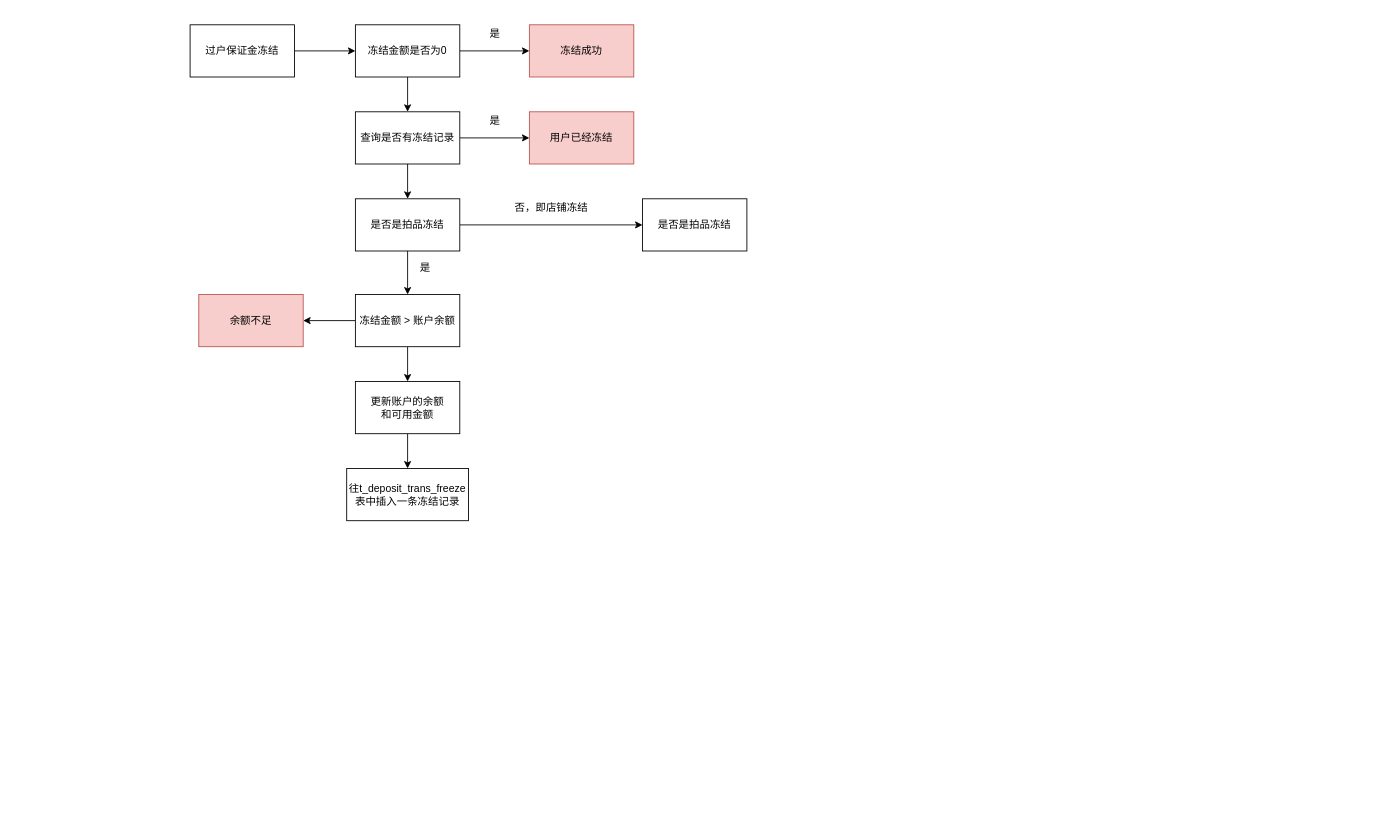
Before: trade-deposit/过户保证金冻结.drawio in erlieStar/diagrams, a draw.io diagram. Source tidied: cells renumbered, new cells numbered last; positions are measured from the earlier drawing's top-left corner, leaving out a move shared by most shapes. Both pictures are drawn from the tidied source at 87%, with x=0, y=0 at pixel (190, 24).
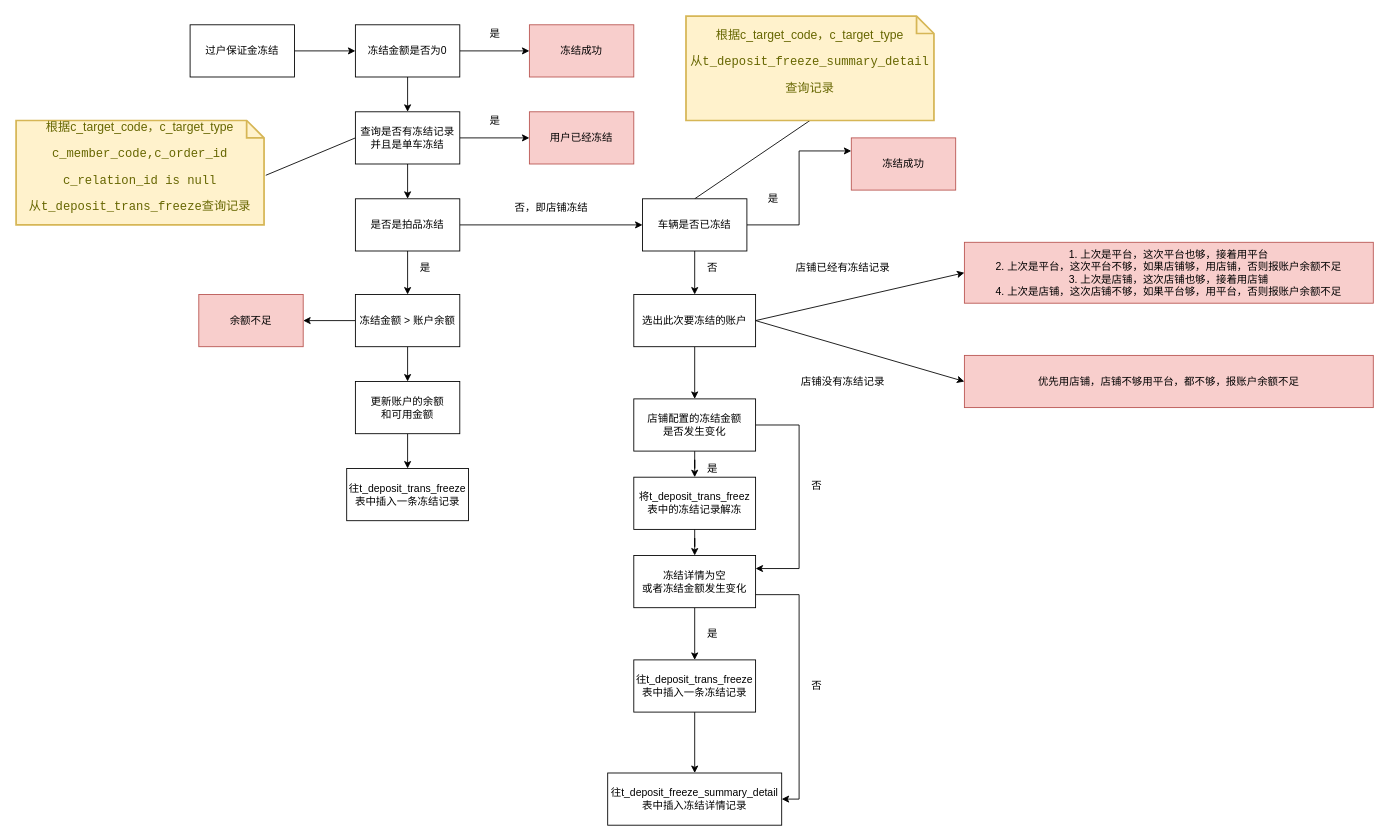
Above is the later version.

Commit message:
Update 过户保证金冻结.drawio

Change to the diagram source:
```diff
@@
+    <mxCell id="27" style="edgeStyle=none;rounded=0;jettySize=auto;html=1;exitX=0;exitY=0.5;exitDx=0;exitDy=0;entryX=1.007;entryY=0.525;entryDx=0;entryDy=0;entryPerimeter=0;endArrow=none;endFill=0;" parent="1" edge="1" source="11" target="58">
+      <mxGeometry relative="1" as="geometry" />
+    </mxCell>
-    <mxCell id="11" value="查询是否有冻结记录" style="rounded=0;whiteSpace=wrap;html=1;" parent="1" vertex="1">
+    <mxCell id="11" value="查询是否有冻结记录&lt;br&gt;并且是单车冻结" style="rounded=0;whiteSpace=wrap;html=1;" parent="1" vertex="1">
       <mxGeometry x="190" y="100" width="120" height="60" as="geometry" />
     </mxCell>
@@
+    <mxCell id="28" style="edgeStyle=orthogonalEdgeStyle;rounded=0;jettySize=auto;html=1;" parent="1" edge="1" source="17" target="36">
+      <mxGeometry relative="1" as="geometry" />
+    </mxCell>
+    <mxCell id="29" style="edgeStyle=orthogonalEdgeStyle;rounded=0;jettySize=auto;html=1;exitX=1;exitY=0.5;exitDx=0;exitDy=0;entryX=0;entryY=0.25;entryDx=0;entryDy=0;" parent="1" edge="1" source="17" target="31">
+      <mxGeometry relative="1" as="geometry" />
+    </mxCell>
+    <mxCell id="30" style="edgeStyle=none;rounded=0;jettySize=auto;html=1;exitX=0.5;exitY=0;exitDx=0;exitDy=0;entryX=0.5;entryY=1;entryDx=0;entryDy=0;entryPerimeter=0;endArrow=none;endFill=0;" parent="1" edge="1" source="17" target="57">
+      <mxGeometry relative="1" as="geometry" />
+    </mxCell>
-    <mxCell id="17" value="是否是拍品冻结" style="rounded=0;whiteSpace=wrap;html=1;" parent="1" vertex="1">
+    <mxCell id="17" value="车辆是否已冻结" style="rounded=0;whiteSpace=wrap;html=1;" parent="1" vertex="1">
       <mxGeometry x="520" y="200" width="120" height="60" as="geometry" />
     </mxCell>
@@
+    <mxCell id="31" value="冻结成功" style="rounded=0;whiteSpace=wrap;html=1;fillColor=#f8cecc;strokeColor=#b85450;" parent="1" vertex="1">
+      <mxGeometry x="760" y="130" width="120" height="60" as="geometry" />
+    </mxCell>
+    <mxCell id="32" value="是" style="text;html=1;align=center;verticalAlign=middle;strokeColor=none;fillColor=none;" parent="1" vertex="1">
+      <mxGeometry x="655" y="190" width="30" height="20" as="geometry" />
+    </mxCell>
+    <mxCell id="33" style="edgeStyle=orthogonalEdgeStyle;rounded=0;jettySize=auto;html=1;" parent="1" edge="1" source="36" target="47">
+      <mxGeometry relative="1" as="geometry" />
+    </mxCell>
+    <mxCell id="34" style="rounded=0;jettySize=auto;html=1;exitX=1;exitY=0.5;exitDx=0;exitDy=0;entryX=0;entryY=0.5;entryDx=0;entryDy=0;" parent="1" edge="1" source="36" target="52">
+      <mxGeometry relative="1" as="geometry" />
+    </mxCell>
+    <mxCell id="35" style="edgeStyle=none;rounded=0;jettySize=auto;html=1;exitX=1;exitY=0.5;exitDx=0;exitDy=0;entryX=0;entryY=0.5;entryDx=0;entryDy=0;" parent="1" edge="1" source="36" target="53">
+      <mxGeometry relative="1" as="geometry" />
+    </mxCell>
+    <mxCell id="36" value="选出此次要冻结的账户" style="rounded=0;whiteSpace=wrap;html=1;" parent="1" vertex="1">
+      <mxGeometry x="510" y="310" width="140" height="60" as="geometry" />
+    </mxCell>
+    <mxCell id="37" value="往t_deposit_freeze_summary_detail表中插入冻结详情记录" style="rounded=0;whiteSpace=wrap;html=1;" parent="1" vertex="1">
+      <mxGeometry x="480" y="860" width="200" height="60" as="geometry" />
+    </mxCell>
+    <mxCell id="38" style="edgeStyle=orthogonalEdgeStyle;rounded=0;jettySize=auto;html=1;entryX=0.5;entryY=0;entryDx=0;entryDy=0;" parent="1" edge="1" source="40" target="42">
+      <mxGeometry relative="1" as="geometry" />
+    </mxCell>
+    <mxCell id="39" style="edgeStyle=orthogonalEdgeStyle;rounded=0;jettySize=auto;html=1;exitX=1;exitY=0.75;exitDx=0;exitDy=0;entryX=1;entryY=0.5;entryDx=0;entryDy=0;" parent="1" edge="1" source="40" target="37">
+      <mxGeometry relative="1" as="geometry" />
+    </mxCell>
+    <mxCell id="40" value="冻结详情为空&lt;br&gt;或者冻结金额发生变化" style="rounded=0;whiteSpace=wrap;html=1;" parent="1" vertex="1">
+      <mxGeometry x="510" y="610" width="140" height="60" as="geometry" />
+    </mxCell>
+    <mxCell id="41" style="edgeStyle=orthogonalEdgeStyle;rounded=0;jettySize=auto;html=1;" parent="1" edge="1" source="42" target="37">
+      <mxGeometry relative="1" as="geometry" />
+    </mxCell>
+    <mxCell id="42" value="往t_deposit_trans_freeze表中插入一条冻结记录" style="rounded=0;whiteSpace=wrap;html=1;" parent="1" vertex="1">
+      <mxGeometry x="510" y="730" width="140" height="60" as="geometry" />
+    </mxCell>
+    <mxCell id="43" value="是" style="text;html=1;align=center;verticalAlign=middle;strokeColor=none;fillColor=none;" parent="1" vertex="1">
+      <mxGeometry x="585" y="690" width="30" height="20" as="geometry" />
+    </mxCell>
+    <mxCell id="44" value="否" style="text;html=1;align=center;verticalAlign=middle;strokeColor=none;fillColor=none;" parent="1" vertex="1">
+      <mxGeometry x="705" y="750" width="30" height="20" as="geometry" />
+    </mxCell>
+    <mxCell id="45" style="edgeStyle=orthogonalEdgeStyle;rounded=0;jettySize=auto;html=1;" parent="1" edge="1" source="47" target="49">
+      <mxGeometry relative="1" as="geometry" />
+    </mxCell>
+    <mxCell id="46" style="edgeStyle=orthogonalEdgeStyle;rounded=0;jettySize=auto;html=1;exitX=1;exitY=0.5;exitDx=0;exitDy=0;entryX=1;entryY=0.25;entryDx=0;entryDy=0;" parent="1" edge="1" source="47" target="40">
+      <mxGeometry relative="1" as="geometry">
+        <Array as="points">
+          <mxPoint x="700" y="460" />
+          <mxPoint x="700" y="625" />
+        </Array>
+      </mxGeometry>
+    </mxCell>
+    <mxCell id="47" value="店铺配置的冻结金额&lt;br&gt;是否发生变化" style="rounded=0;whiteSpace=wrap;html=1;" parent="1" vertex="1">
+      <mxGeometry x="510" y="430" width="140" height="60" as="geometry" />
+    </mxCell>
+    <mxCell id="48" style="edgeStyle=orthogonalEdgeStyle;rounded=0;jettySize=auto;html=1;entryX=0.5;entryY=0;entryDx=0;entryDy=0;" parent="1" edge="1" source="49" target="40">
+      <mxGeometry relative="1" as="geometry" />
+    </mxCell>
+    <mxCell id="49" value="将t_deposit_trans_freez表中的冻结记录解冻" style="rounded=0;whiteSpace=wrap;html=1;" parent="1" vertex="1">
+      <mxGeometry x="510" y="520" width="140" height="60" as="geometry" />
+    </mxCell>
+    <mxCell id="50" value="是" style="text;html=1;align=center;verticalAlign=middle;strokeColor=none;fillColor=none;" parent="1" vertex="1">
+      <mxGeometry x="585" y="500" width="30" height="20" as="geometry" />
+    </mxCell>
+    <mxCell id="51" value="否" style="text;html=1;align=center;verticalAlign=middle;strokeColor=none;fillColor=none;" parent="1" vertex="1">
+      <mxGeometry x="705" y="520" width="30" height="20" as="geometry" />
+    </mxCell>
+    <mxCell id="52" value="1. 上次是平台，这次平台也够，接着用平台&lt;br&gt;2. 上次是平台，这次平台不够，如果店铺够，用店铺，否则报账户余额不足&lt;br&gt;3. 上次是店铺，这次店铺也够，接着用店铺&lt;br&gt;4. 上次是店铺，这次店铺不够，如果平台够，用平台，否则报账户余额不足" style="rounded=0;whiteSpace=wrap;html=1;fillColor=#f8cecc;strokeColor=#b85450;" parent="1" vertex="1">
+      <mxGeometry x="890" y="250" width="470" height="70" as="geometry" />
+    </mxCell>
+    <mxCell id="53" value="优先用店铺，店铺不够用平台，都不够，报账户余额不足" style="rounded=0;whiteSpace=wrap;html=1;fillColor=#f8cecc;strokeColor=#b85450;" parent="1" vertex="1">
+      <mxGeometry x="890" y="380" width="470" height="60" as="geometry" />
+    </mxCell>
+    <mxCell id="54" value="否" style="text;html=1;align=center;verticalAlign=middle;strokeColor=none;fillColor=none;" parent="1" vertex="1">
+      <mxGeometry x="585" y="270" width="30" height="20" as="geometry" />
+    </mxCell>
+    <mxCell id="55" value="店铺已经有冻结记录" style="text;html=1;align=center;verticalAlign=middle;strokeColor=none;fillColor=none;" parent="1" vertex="1">
+      <mxGeometry x="690" y="270" width="120" height="20" as="geometry" />
+    </mxCell>
+    <mxCell id="56" value="店铺没有冻结记录" style="text;html=1;align=center;verticalAlign=middle;strokeColor=none;fillColor=none;" parent="1" vertex="1">
+      <mxGeometry x="695" y="400" width="110" height="20" as="geometry" />
+    </mxCell>
+    <mxCell id="57" value="根据c_target_code，&lt;span&gt;c_target_type&lt;/span&gt;&lt;br&gt;&lt;pre&gt;从t_deposit_freeze_summary_detail&lt;/pre&gt;&lt;pre&gt;查询记录&lt;/pre&gt;" style="shape=note;strokeWidth=2;fontSize=14;size=20;whiteSpace=wrap;html=1;fillColor=#fff2cc;strokeColor=#d6b656;fontColor=#666600;" parent="1" vertex="1">
+      <mxGeometry x="570" y="-10" width="285" height="120" as="geometry" />
+    </mxCell>
+    <mxCell id="58" value="根据c_target_code，&lt;span&gt;c_target_type&lt;br&gt;&lt;/span&gt;&lt;pre&gt;c_member_code,c_order_id&lt;/pre&gt;&lt;pre&gt;&lt;pre&gt;c_relation_id is null&lt;/pre&gt;&lt;/pre&gt;&lt;pre&gt;从t_deposit_trans_freeze查询记录&lt;/pre&gt;" style="shape=note;strokeWidth=2;fontSize=14;size=20;whiteSpace=wrap;html=1;fillColor=#fff2cc;strokeColor=#d6b656;fontColor=#666600;" parent="1" vertex="1">
+      <mxGeometry x="-200" y="110" width="285" height="120" as="geometry" />
+    </mxCell>
```
